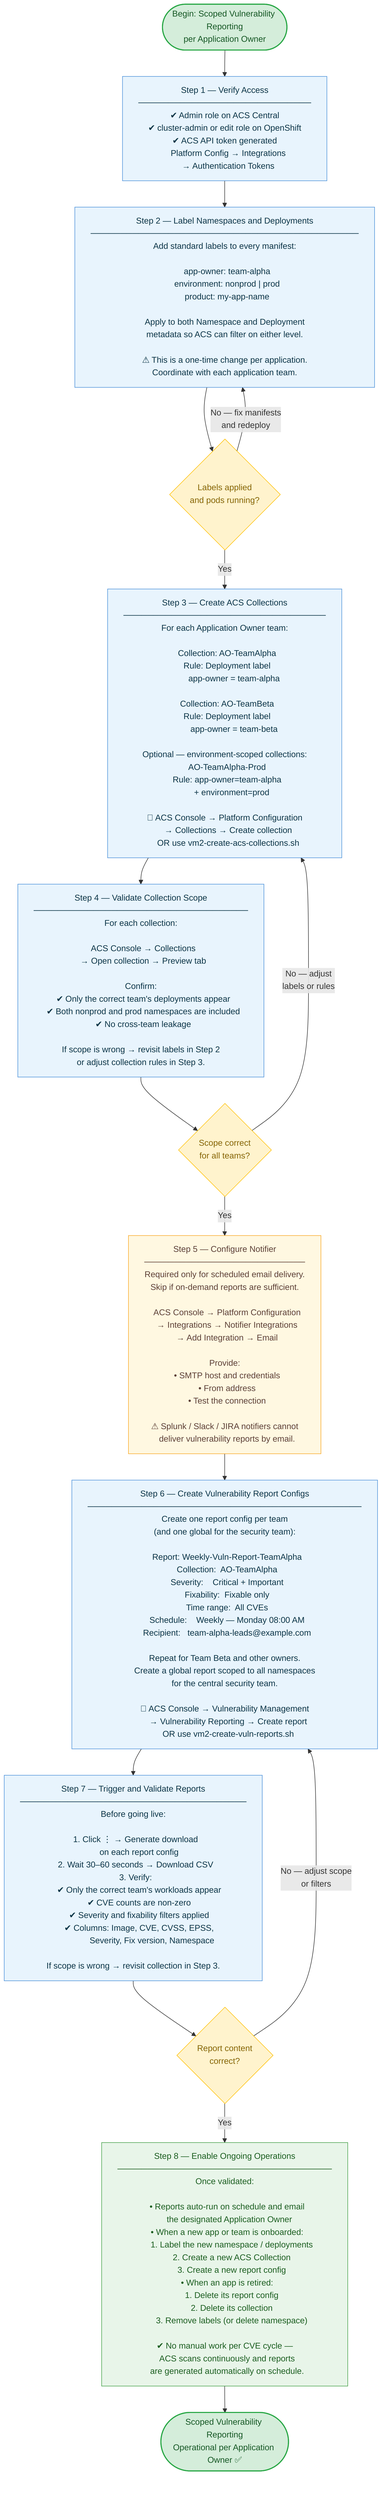
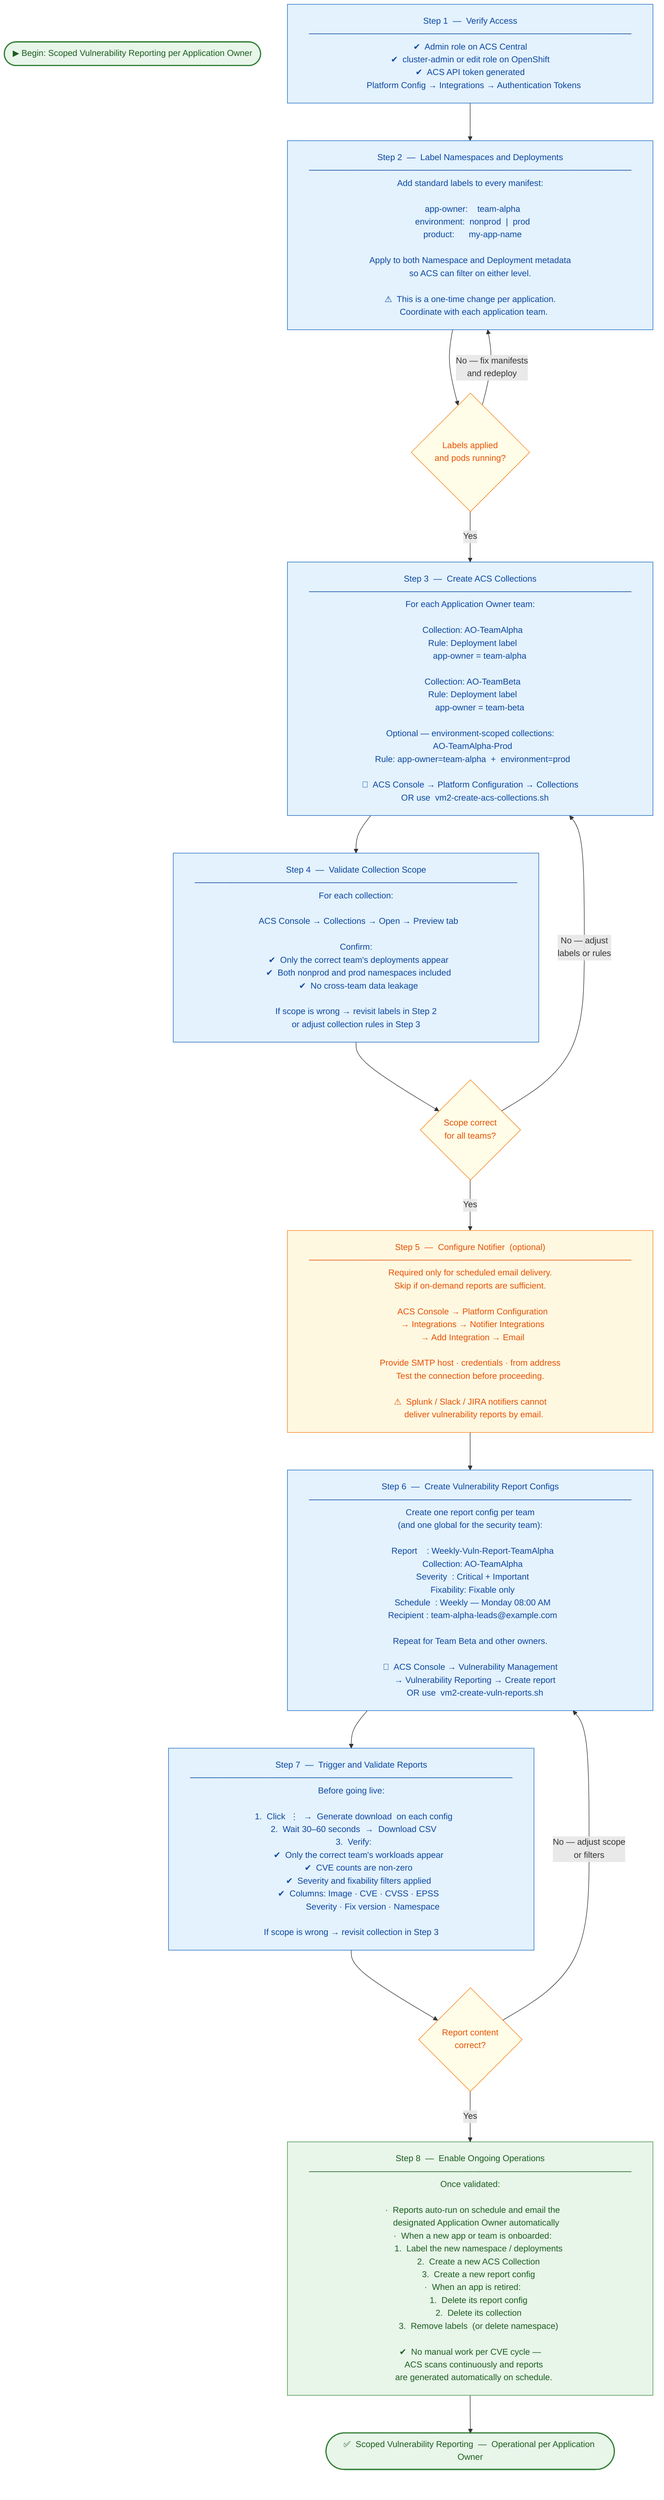
+ %%{init: {'flowchart': {'padding': 20, 'nodeSpacing': 50, 'rankSpacing': 70, 'wrappingWidth': 500}}}%%
flowchart TD

-     START([Begin: Scoped Vulnerability Reporting\nper Application Owner]) --> S1
+     START(["▶  Begin: Scoped Vulnerability Reporting per Application Owner"])

-     S1["Step 1 — Verify Access\n─────────────────────────────\n✔ Admin role on ACS Central\n✔ cluster-admin or edit role on OpenShift\n✔ ACS API token generated\n   Platform Config → Integrations\n   → Authentication Tokens"]
+     S1["Step 1  —  Verify Access\n─────────────────────────────────────────────────────\n✔  Admin role on ACS Central\n✔  cluster-admin or edit role on OpenShift\n✔  ACS API token generated\n   Platform Config → Integrations → Authentication Tokens"]

    S1 --> S2

-     S2["Step 2 — Label Namespaces and Deployments\n─────────────────────────────────────────────\nAdd standard labels to every manifest:\n\n  app-owner: team-alpha\n  environment: nonprod | prod\n  product: my-app-name\n\nApply to both Namespace and Deployment\nmetadata so ACS can filter on either level.\n\n⚠ This is a one-time change per application.\nCoordinate with each application team."]
+     S2["Step 2  —  Label Namespaces and Deployments\n─────────────────────────────────────────────────────\nAdd standard labels to every manifest:\n\n  app-owner:    team-alpha\n  environment:  nonprod  |  prod\n  product:      my-app-name\n\nApply to both Namespace and Deployment metadata\nso ACS can filter on either level.\n\n⚠  This is a one-time change per application.\n   Coordinate with each application team."]

-     S2 --> CHK1{Labels applied\nand pods running?}
-     CHK1 -->|No — fix manifests\nand redeploy| S2
-     CHK1 -->|Yes| S3
+     S2 --> CHK1{"Labels applied\nand pods running?"}
+     CHK1 -->|"No — fix manifests\nand redeploy"| S2
+     CHK1 -->|"Yes"| S3

-     S3["Step 3 — Create ACS Collections\n──────────────────────────────────\nFor each Application Owner team:\n\n  Collection: AO-TeamAlpha\n  Rule: Deployment label\n        app-owner = team-alpha\n\n  Collection: AO-TeamBeta\n  Rule: Deployment label\n        app-owner = team-beta\n\nOptional — environment-scoped collections:\n  AO-TeamAlpha-Prod\n  Rule: app-owner=team-alpha\n      + environment=prod\n\n📌 ACS Console → Platform Configuration\n   → Collections → Create collection\n   OR use vm2-create-acs-collections.sh"]
+     S3["Step 3  —  Create ACS Collections\n─────────────────────────────────────────────────────\nFor each Application Owner team:\n\n  Collection: AO-TeamAlpha\n  Rule: Deployment label\n        app-owner = team-alpha\n\n  Collection: AO-TeamBeta\n  Rule: Deployment label\n        app-owner = team-beta\n\nOptional — environment-scoped collections:\n  AO-TeamAlpha-Prod\n  Rule: app-owner=team-alpha  +  environment=prod\n\n📌  ACS Console → Platform Configuration → Collections\n    OR use  vm2-create-acs-collections.sh"]

    S3 --> S4

-     S4["Step 4 — Validate Collection Scope\n────────────────────────────────────\nFor each collection:\n\n  ACS Console → Collections\n  → Open collection → Preview tab\n\nConfirm:\n  ✔ Only the correct team's deployments appear\n  ✔ Both nonprod and prod namespaces are included\n  ✔ No cross-team leakage\n\nIf scope is wrong → revisit labels in Step 2\nor adjust collection rules in Step 3."]
+     S4["Step 4  —  Validate Collection Scope\n─────────────────────────────────────────────────────\nFor each collection:\n\n  ACS Console → Collections → Open → Preview tab\n\nConfirm:\n  ✔  Only the correct team's deployments appear\n  ✔  Both nonprod and prod namespaces included\n  ✔  No cross-team data leakage\n\nIf scope is wrong → revisit labels in Step 2\nor adjust collection rules in Step 3"]

-     S4 --> CHK2{Scope correct\nfor all teams?}
-     CHK2 -->|No — adjust\nlabels or rules| S3
-     CHK2 -->|Yes| S5
+     S4 --> CHK2{"Scope correct\nfor all teams?"}
+     CHK2 -->|"No — adjust\nlabels or rules"| S3
+     CHK2 -->|"Yes"| S5

-     S5["Step 5 — Configure Notifier\n───────────────────────────\nRequired only for scheduled email delivery.\nSkip if on-demand reports are sufficient.\n\n  ACS Console → Platform Configuration\n  → Integrations → Notifier Integrations\n  → Add Integration → Email\n\nProvide:\n  • SMTP host and credentials\n  • From address\n  • Test the connection\n\n⚠ Splunk / Slack / JIRA notifiers cannot\n  deliver vulnerability reports by email."]
+     S5["Step 5  —  Configure Notifier  (optional)\n─────────────────────────────────────────────────────\nRequired only for scheduled email delivery.\nSkip if on-demand reports are sufficient.\n\n  ACS Console → Platform Configuration\n  → Integrations → Notifier Integrations\n  → Add Integration → Email\n\nProvide SMTP host · credentials · from address\nTest the connection before proceeding.\n\n⚠  Splunk / Slack / JIRA notifiers cannot\n   deliver vulnerability reports by email."]

    S5 --> S6

-     S6["Step 6 — Create Vulnerability Report Configs\n──────────────────────────────────────────────\nCreate one report config per team\n(and one global for the security team):\n\n  Report: Weekly-Vuln-Report-TeamAlpha\n  Collection:  AO-TeamAlpha\n  Severity:    Critical + Important\n  Fixability:  Fixable only\n  Time range:  All CVEs\n  Schedule:    Weekly — Monday 08:00 AM\n  Recipient:   team-alpha-leads@example.com\n\nRepeat for Team Beta and other owners.\nCreate a global report scoped to all namespaces\nfor the central security team.\n\n📌 ACS Console → Vulnerability Management\n   → Vulnerability Reporting → Create report\n   OR use vm2-create-vuln-reports.sh"]
+     S6["Step 6  —  Create Vulnerability Report Configs\n─────────────────────────────────────────────────────\nCreate one report config per team\n(and one global for the security team):\n\n  Report    : Weekly-Vuln-Report-TeamAlpha\n  Collection: AO-TeamAlpha\n  Severity  : Critical + Important\n  Fixability: Fixable only\n  Schedule  : Weekly — Monday 08:00 AM\n  Recipient : team-alpha-leads@example.com\n\nRepeat for Team Beta and other owners.\n\n📌  ACS Console → Vulnerability Management\n    → Vulnerability Reporting → Create report\n    OR use  vm2-create-vuln-reports.sh"]

    S6 --> S7

-     S7["Step 7 — Trigger and Validate Reports\n──────────────────────────────────────\nBefore going live:\n\n  1. Click ⋮ → Generate download\n     on each report config\n  2. Wait 30–60 seconds → Download CSV\n  3. Verify:\n     ✔ Only the correct team's workloads appear\n     ✔ CVE counts are non-zero\n     ✔ Severity and fixability filters applied\n     ✔ Columns: Image, CVE, CVSS, EPSS,\n                Severity, Fix version, Namespace\n\nIf scope is wrong → revisit collection in Step 3."]
+     S7["Step 7  —  Trigger and Validate Reports\n─────────────────────────────────────────────────────\nBefore going live:\n\n  1.  Click  ⋮  →  Generate download  on each config\n  2.  Wait 30–60 seconds  →  Download CSV\n  3.  Verify:\n      ✔  Only the correct team's workloads appear\n      ✔  CVE counts are non-zero\n      ✔  Severity and fixability filters applied\n      ✔  Columns: Image · CVE · CVSS · EPSS\n                  Severity · Fix version · Namespace\n\nIf scope is wrong → revisit collection in Step 3"]

-     S7 --> CHK3{Report content\ncorrect?}
-     CHK3 -->|No — adjust scope\nor filters| S6
-     CHK3 -->|Yes| S8
+     S7 --> CHK3{"Report content\ncorrect?"}
+     CHK3 -->|"No — adjust scope\nor filters"| S6
+     CHK3 -->|"Yes"| S8

-     S8["Step 8 — Enable Ongoing Operations\n────────────────────────────────────\nOnce validated:\n\n  • Reports auto-run on schedule and email\n    the designated Application Owner\n  • When a new app or team is onboarded:\n      1. Label the new namespace / deployments\n      2. Create a new ACS Collection\n      3. Create a new report config\n  • When an app is retired:\n      1. Delete its report config\n      2. Delete its collection\n      3. Remove labels (or delete namespace)\n\n✔ No manual work per CVE cycle —\n  ACS scans continuously and reports\n  are generated automatically on schedule."]
+     S8["Step 8  —  Enable Ongoing Operations\n─────────────────────────────────────────────────────\nOnce validated:\n\n  ·  Reports auto-run on schedule and email the\n     designated Application Owner automatically\n  ·  When a new app or team is onboarded:\n       1.  Label the new namespace / deployments\n       2.  Create a new ACS Collection\n       3.  Create a new report config\n  ·  When an app is retired:\n       1.  Delete its report config\n       2.  Delete its collection\n       3.  Remove labels  (or delete namespace)\n\n✔  No manual work per CVE cycle —\n   ACS scans continuously and reports\n   are generated automatically on schedule."]

-     S8 --> DONE([Scoped Vulnerability Reporting\nOperational per Application Owner ✅])
+     S8 --> DONE(["✅  Scoped Vulnerability Reporting  —  Operational per Application Owner"])

-     %% Styling — light backgrounds, dark text
-     style START         fill:#d4edda,color:#155724,stroke:#28a745,stroke-width:2px
-     style DONE          fill:#d4edda,color:#155724,stroke:#28a745,stroke-width:2px
-     style S1            fill:#e8f4fd,color:#0c3547,stroke:#4a90d9,stroke-width:1px
-     style S2            fill:#e8f4fd,color:#0c3547,stroke:#4a90d9,stroke-width:1px
-     style S3            fill:#e8f4fd,color:#0c3547,stroke:#4a90d9,stroke-width:1px
-     style S4            fill:#e8f4fd,color:#0c3547,stroke:#4a90d9,stroke-width:1px
-     style S5            fill:#fff8e1,color:#5d4037,stroke:#f9a825,stroke-width:1px
-     style S6            fill:#e8f4fd,color:#0c3547,stroke:#4a90d9,stroke-width:1px
-     style S7            fill:#e8f4fd,color:#0c3547,stroke:#4a90d9,stroke-width:1px
-     style S8            fill:#e8f5e9,color:#1b5e20,stroke:#43a047,stroke-width:1px
-     style CHK1          fill:#fff3cd,color:#856404,stroke:#ffc107,stroke-width:1px
-     style CHK2          fill:#fff3cd,color:#856404,stroke:#ffc107,stroke-width:1px
-     style CHK3          fill:#fff3cd,color:#856404,stroke:#ffc107,stroke-width:1px
+     %% Styles — light backgrounds · dark borders · dark text
+     style START  fill:#e8f5e9,color:#1b5e20,stroke:#2e7d32,stroke-width:2px
+     style DONE   fill:#e8f5e9,color:#1b5e20,stroke:#2e7d32,stroke-width:2px
+     style S1     fill:#e3f2fd,color:#0d47a1,stroke:#1565c0,stroke-width:1px
+     style S2     fill:#e3f2fd,color:#0d47a1,stroke:#1565c0,stroke-width:1px
+     style S3     fill:#e3f2fd,color:#0d47a1,stroke:#1565c0,stroke-width:1px
+     style S4     fill:#e3f2fd,color:#0d47a1,stroke:#1565c0,stroke-width:1px
+     style S5     fill:#fff8e1,color:#e65100,stroke:#f57f17,stroke-width:1px
+     style S6     fill:#e3f2fd,color:#0d47a1,stroke:#1565c0,stroke-width:1px
+     style S7     fill:#e3f2fd,color:#0d47a1,stroke:#1565c0,stroke-width:1px
+     style S8     fill:#e8f5e9,color:#1b5e20,stroke:#388e3c,stroke-width:1px
+     style CHK1   fill:#fffde7,color:#e65100,stroke:#f57f17,stroke-width:1px
+     style CHK2   fill:#fffde7,color:#e65100,stroke:#f57f17,stroke-width:1px
+     style CHK3   fill:#fffde7,color:#e65100,stroke:#f57f17,stroke-width:1px
